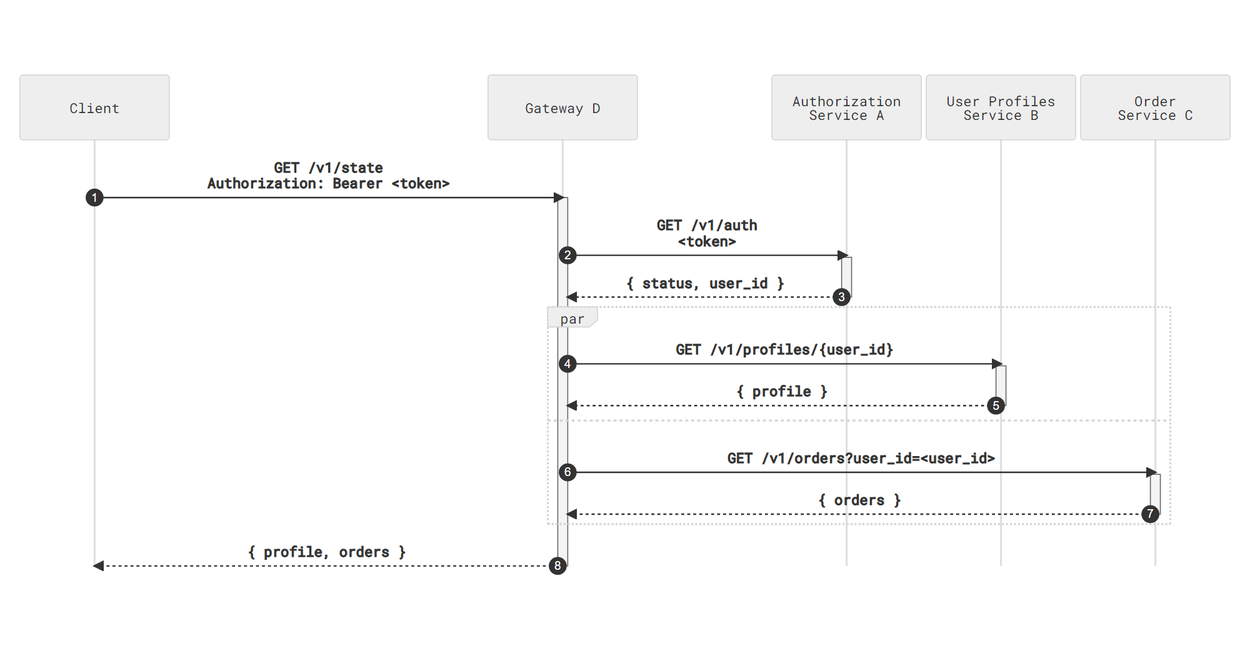
This is src/img/graphs/http-api-organizing-02.en.png from twirl/The-API-Book, a Mermaid export, as it was before one commit. Its source is kept beside it as src/en/graphs/http-api-organizing-02.mermaid. The source it was exported from:
```mermaid
sequenceDiagram
    participant U as Client
    participant D as Gateway D
    participant A as Authorization<br/>Service A
    participant B as User Profiles<br/>Service B
    participant C as Order<br/>Service C
    U->>+D: GET /v1/state<br/>Authorization: Bearer #60;token#62;
    D->>+A: GET /v1/auth<br/>#60;token#62;
    A-->>-D: { status, user_id }
    par
        D->>+B: GET /v1/profiles/{user_id}
        B-->>-D: { profile }
    and
        D->>+C: GET /v1/orders?user_id=#60;user_id#62;
        C-->>-D: { orders }
    end
    D-->>-U: { profile, orders }
```
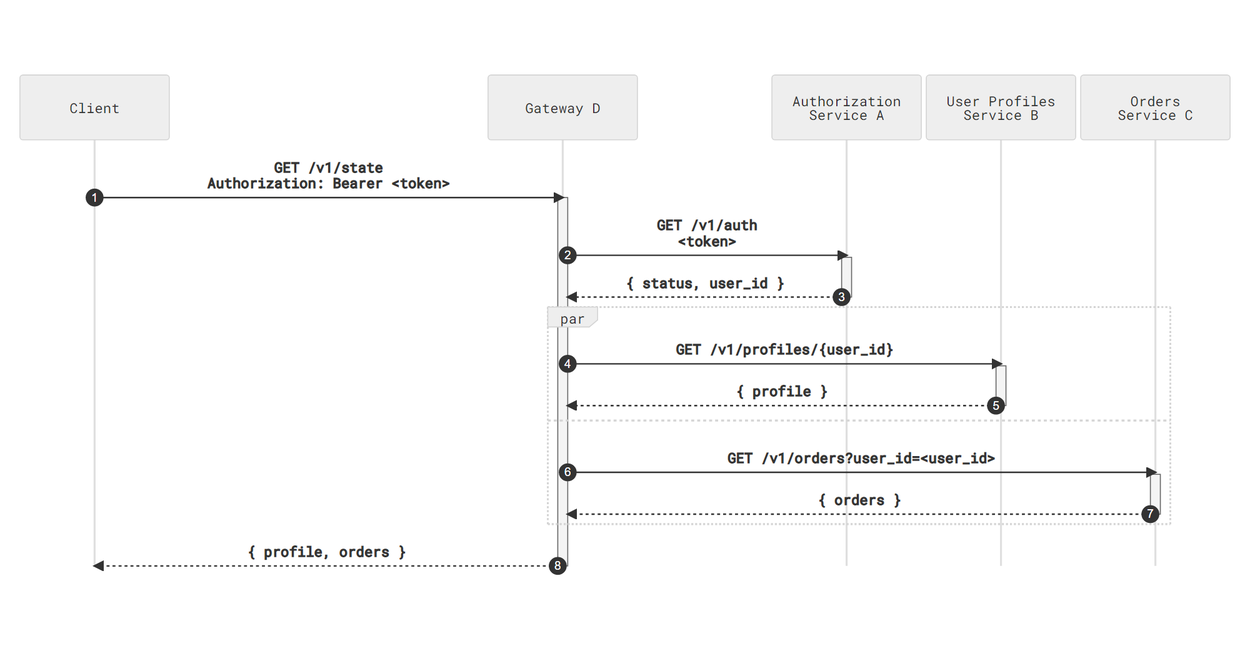
The same diagram one commit later.

What changed in the source:
```diff
@@ -3,7 +3,7 @@
     participant D as Gateway D
     participant A as Authorization<br/>Service A
     participant B as User Profiles<br/>Service B
-    participant C as Order<br/>Service C
+    participant C as Orders<br/>Service C
     U->>+D: GET /v1/state<br/>Authorization: Bearer #60;token#62;
     D->>+A: GET /v1/auth<br/>#60;token#62;
     A-->>-D: { status, user_id }
```
